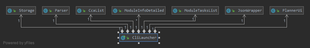
Above: docs/images/Architecture.png in nusCS2113-AY1920S1/PersonalAssistant-Duke (PlantUML), before the change. Its source is kept beside it as docs/images/architecture.puml. The source it was exported from:
```plantuml
@startuml
!include style.puml

Package " "<<Rectangle>> {
    Class Storage STORAGE_COLOR
    Class Parser LOGIC_COLOR
    Class JsonWrapper MODEL_COLOR
    Class PlannerUi UI_COLOR
    Class ModDetailedMap #111
    Class "Profile" as User #777
    Class Logs UI_COLOR_T2
}

Class Person #444
Class File UI_COLOR_T1

Person <--> PlannerUi

PlannerUi <--> Parser
ModDetailedMap --> Parser
JsonWrapper --> Parser

Parser --> Logs
Parser --> User
User <--> Storage

Logs --> File
Storage <--> File
Storage -> ModDetailedMap

@enduml
```
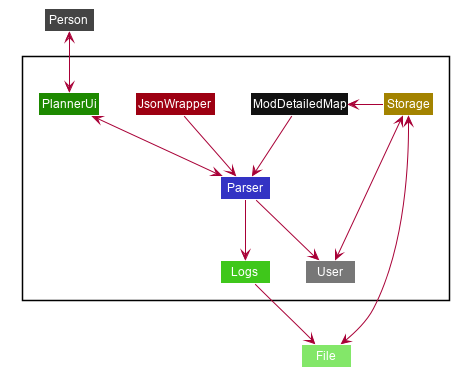
Later version of the same file.

What changed in the source:
```diff
@@ -7,7 +7,7 @@
     Class JsonWrapper MODEL_COLOR
     Class PlannerUi UI_COLOR
     Class ModDetailedMap #111
-    Class "Profile" as User #777
+    Class User #777
     Class Logs UI_COLOR_T2
 }
 
@@ -27,5 +27,4 @@
 Logs --> File
 Storage <--> File
 Storage -> ModDetailedMap
-
 @enduml
```
